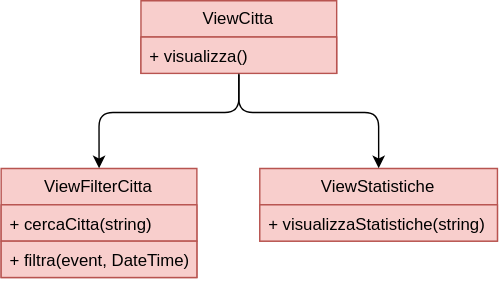
Above: resources/DiagrammaDettaglioViewCitta.svg in Leaaaf/weatherment.io (draw.io), before the change. Source tidied: cells renumbered, new cells last; positions are measured from the earlier drawing's top-left corner, leaving out a move shared by most shapes. The source it was exported from:
```xml
<mxGraphModel>
  <root>
    <mxCell id="0" />
    <mxCell id="1" parent="0" />
    <mxCell id="2" value="ViewCitta" style="swimlane;fontStyle=0;horizontal=1;startSize=26;fillColor=#f8cecc;strokeColor=#b85450;" parent="1" vertex="1">
      <mxGeometry x="100" width="140" height="52" as="geometry" />
    </mxCell>
    <mxCell id="3" value="+ visualizza()" style="text;strokeColor=#b85450;fillColor=#f8cecc;align=left;verticalAlign=top;spacingLeft=4;spacingRight=4;overflow=hidden;" parent="2" vertex="1">
      <mxGeometry y="26" width="140" height="26" as="geometry" />
    </mxCell>
    <mxCell id="4" value="ViewFilterCitta" style="swimlane;fontStyle=0;horizontal=1;startSize=26;fillColor=#f8cecc;strokeColor=#b85450;" parent="1" vertex="1">
      <mxGeometry y="120" width="140" height="78" as="geometry" />
    </mxCell>
    <mxCell id="5" value="+ cercaCitta(string)" style="text;strokeColor=#b85450;fillColor=#f8cecc;align=left;verticalAlign=top;spacingLeft=4;spacingRight=4;overflow=hidden;" parent="4" vertex="1">
      <mxGeometry y="26" width="140" height="26" as="geometry" />
    </mxCell>
    <mxCell id="6" value="+ filtra(event, DateTime)" style="text;strokeColor=#b85450;fillColor=#f8cecc;align=left;verticalAlign=top;spacingLeft=4;spacingRight=4;overflow=hidden;" parent="4" vertex="1">
      <mxGeometry y="52" width="140" height="26" as="geometry" />
    </mxCell>
    <mxCell id="7" value="ViewStatistiche" style="swimlane;fontStyle=0;horizontal=1;startSize=26;fillColor=#f8cecc;strokeColor=#b85450;" parent="1" vertex="1">
      <mxGeometry x="185" y="120" width="170" height="52" as="geometry" />
    </mxCell>
    <mxCell id="8" value="+ visualizzaStatistiche(string)" style="text;strokeColor=#b85450;fillColor=#f8cecc;align=left;verticalAlign=top;spacingLeft=4;spacingRight=4;overflow=hidden;" parent="7" vertex="1">
      <mxGeometry y="26" width="170" height="26" as="geometry" />
    </mxCell>
    <mxCell id="9" style="endArrow=classic;html=1;exitX=0.5;exitY=1;exitDx=0;exitDy=0;entryX=0.5;entryY=0;entryDx=0;entryDy=0;" parent="1" edge="1" source="2" target="4">
      <mxGeometry relative="1" as="geometry">
        <Array as="points">
          <mxPoint x="170" y="80" />
          <mxPoint x="70" y="80" />
        </Array>
      </mxGeometry>
    </mxCell>
    <mxCell id="10" style="endArrow=classic;html=1;entryX=0.5;entryY=0;entryDx=0;entryDy=0;" parent="1" edge="1" target="7">
      <mxGeometry relative="1" as="geometry">
        <mxPoint x="170" y="53" as="sourcePoint" />
        <Array as="points">
          <mxPoint x="170" y="80" />
          <mxPoint x="270" y="80" />
        </Array>
      </mxGeometry>
    </mxCell>
  </root>
</mxGraphModel>
```
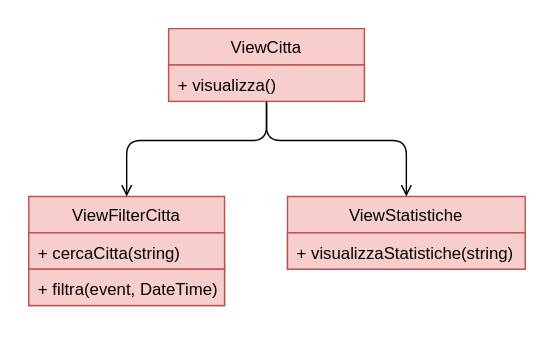
Above is the later version.

Change to the diagram source:
```diff
@@ -23,7 +23,7 @@
     <mxCell id="8" value="+ visualizzaStatistiche(string)" style="text;strokeColor=#b85450;fillColor=#f8cecc;align=left;verticalAlign=top;spacingLeft=4;spacingRight=4;overflow=hidden;" parent="7" vertex="1">
       <mxGeometry y="26" width="170" height="26" as="geometry" />
     </mxCell>
-    <mxCell id="9" style="endArrow=classic;html=1;exitX=0.5;exitY=1;exitDx=0;exitDy=0;entryX=0.5;entryY=0;entryDx=0;entryDy=0;" parent="1" edge="1" source="2" target="4">
+    <mxCell id="9" style="endArrow=open;html=1;exitX=0.5;exitY=1;exitDx=0;exitDy=0;entryX=0.5;entryY=0;entryDx=0;entryDy=0;endFill=0;" parent="1" edge="1" source="2" target="4">
       <mxGeometry relative="1" as="geometry">
         <Array as="points">
           <mxPoint x="170" y="80" />
@@ -31,7 +31,7 @@
         </Array>
       </mxGeometry>
     </mxCell>
-    <mxCell id="10" style="endArrow=classic;html=1;entryX=0.5;entryY=0;entryDx=0;entryDy=0;" parent="1" edge="1" target="7">
+    <mxCell id="10" style="endArrow=open;html=1;entryX=0.5;entryY=0;entryDx=0;entryDy=0;endFill=0;" parent="1" edge="1" target="7">
       <mxGeometry relative="1" as="geometry">
         <mxPoint x="170" y="53" as="sourcePoint" />
         <Array as="points">
```
